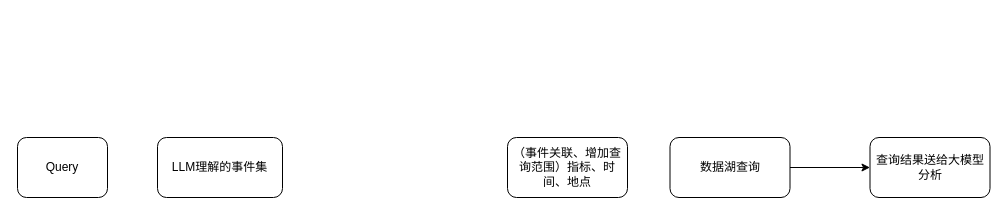
HanYang1385/Master-Thesis keeps this draw.io diagram as 未命名绘图.drawio. Above is the earlier version. Source tidied: cells renumbered, new cells numbered last; positions are measured from the earlier drawing's top-left corner, leaving out a move shared by most shapes. Both pictures are drawn from the tidied source at 100%, with x=0, y=0 at pixel (17, 137).
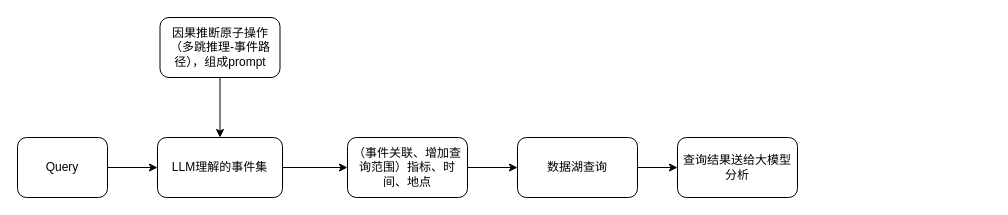
The same page after the edit.

What changed in the source:
```diff
@@
 <mxGraphModel>
   <root>
     <mxCell id="0" />
     <mxCell id="1" parent="0" />
+    <mxCell id="8" style="edgeStyle=orthogonalEdgeStyle;rounded=0;jettySize=auto;html=1;exitX=1;exitY=0.5;exitDx=0;exitDy=0;entryX=0;entryY=0.5;entryDx=0;entryDy=0;" parent="1" edge="1" source="2" target="4">
+      <mxGeometry relative="1" as="geometry" />
+    </mxCell>
     <mxCell id="2" value="Query" style="rounded=1;whiteSpace=wrap;html=1;" parent="1" vertex="1">
       <mxGeometry width="90" height="60" as="geometry" />
     </mxCell>
+    <mxCell id="9" style="edgeStyle=orthogonalEdgeStyle;rounded=0;jettySize=auto;html=1;exitX=1;exitY=0.5;exitDx=0;exitDy=0;entryX=0;entryY=0.5;entryDx=0;entryDy=0;" parent="1" edge="1" source="3" target="6">
+      <mxGeometry relative="1" as="geometry" />
+    </mxCell>
     <mxCell id="3" value="（事件关联、增加查询范围）指标、时间、地点" style="whiteSpace=wrap;html=1;rounded=1;" parent="1" vertex="1">
-      <mxGeometry x="490" width="120" height="60" as="geometry" />
+      <mxGeometry x="330" width="120" height="60" as="geometry" />
     </mxCell>
+    <mxCell id="10" style="edgeStyle=orthogonalEdgeStyle;rounded=0;jettySize=auto;html=1;exitX=1;exitY=0.5;exitDx=0;exitDy=0;entryX=0;entryY=0.5;entryDx=0;entryDy=0;" parent="1" edge="1" source="4" target="3">
+      <mxGeometry relative="1" as="geometry" />
+    </mxCell>
     <mxCell id="4" value="LLM理解的事件集" style="whiteSpace=wrap;html=1;rounded=1;" parent="1" vertex="1">
       <mxGeometry x="140" width="125" height="60" as="geometry" />
     </mxCell>
     <mxCell id="5" style="edgeStyle=orthogonalEdgeStyle;rounded=0;jettySize=auto;html=1;" parent="1" edge="1" source="6" target="7">
       <mxGeometry relative="1" as="geometry" />
     </mxCell>
     <mxCell id="6" value="数据湖查询" style="whiteSpace=wrap;html=1;rounded=1;" parent="1" vertex="1">
-      <mxGeometry x="652.5" width="120" height="60" as="geometry" />
+      <mxGeometry x="500" width="120" height="60" as="geometry" />
     </mxCell>
     <mxCell id="7" value="查询结果送给大模型分析" style="whiteSpace=wrap;html=1;rounded=1;" parent="1" vertex="1">
-      <mxGeometry x="852.5" width="120" height="60" as="geometry" />
+      <mxGeometry x="660" width="120" height="60" as="geometry" />
     </mxCell>
+    <mxCell id="11" style="edgeStyle=orthogonalEdgeStyle;rounded=0;jettySize=auto;html=1;entryX=0.5;entryY=0;entryDx=0;entryDy=0;" parent="1" edge="1" source="12" target="4">
+      <mxGeometry relative="1" as="geometry" />
+    </mxCell>
+    <mxCell id="12" value="因果推断原子操作（多跳推理-事件路径），组成prompt" style="rounded=1;whiteSpace=wrap;html=1;" parent="1" vertex="1">
+      <mxGeometry x="142.5" y="-120" width="120" height="60" as="geometry" />
+    </mxCell>
   </root>
 </mxGraphModel>
```
